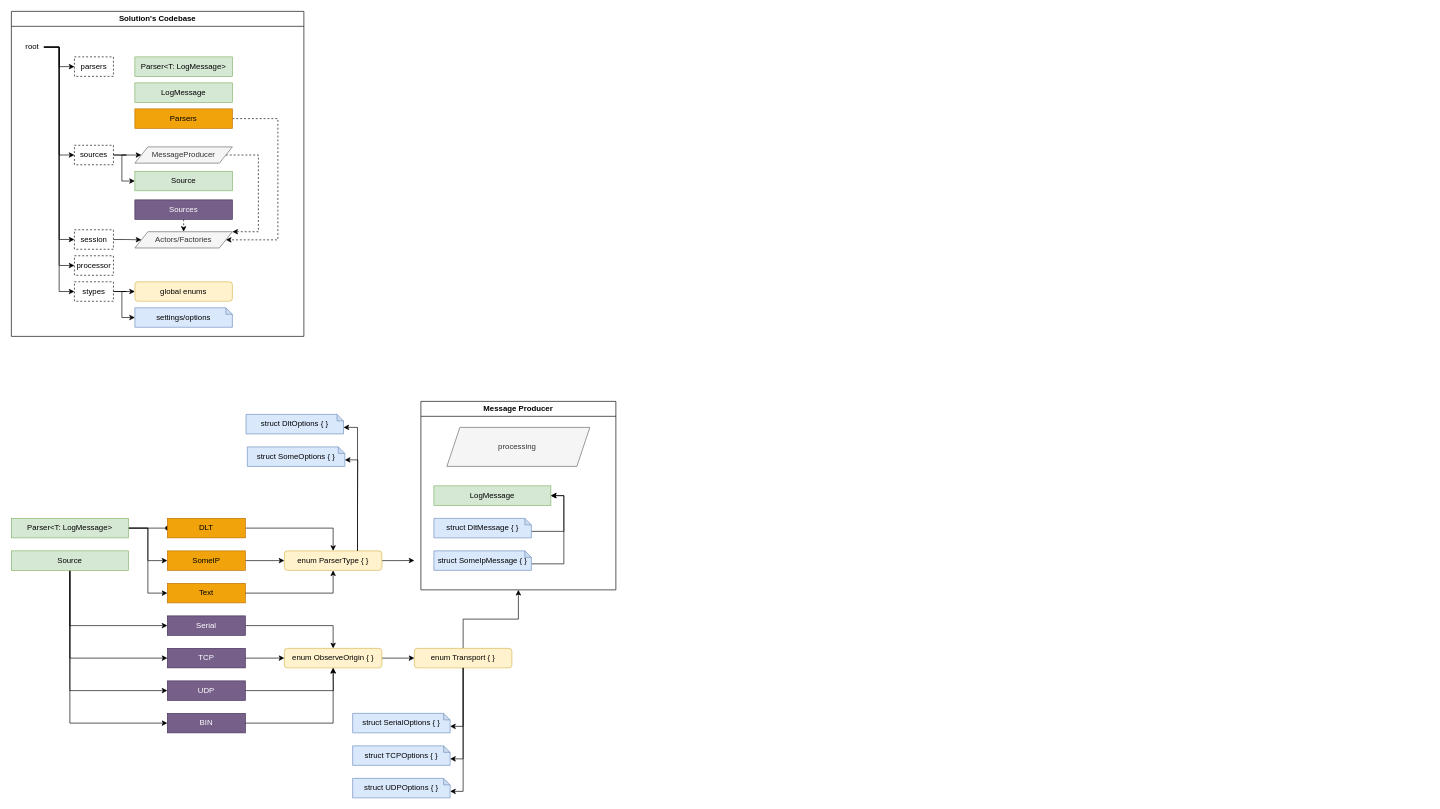
The draw.io diagram refactoring.drawio in DmitryAstafyev/chipmunk3_roadmap, before the edit. Source tidied: cells renumbered, new cells numbered last; positions are measured from the earlier drawing's top-left corner, leaving out a move shared by most shapes. Both pictures are drawn from the tidied source at 65%, with x=0, y=0 at pixel (11, 11).
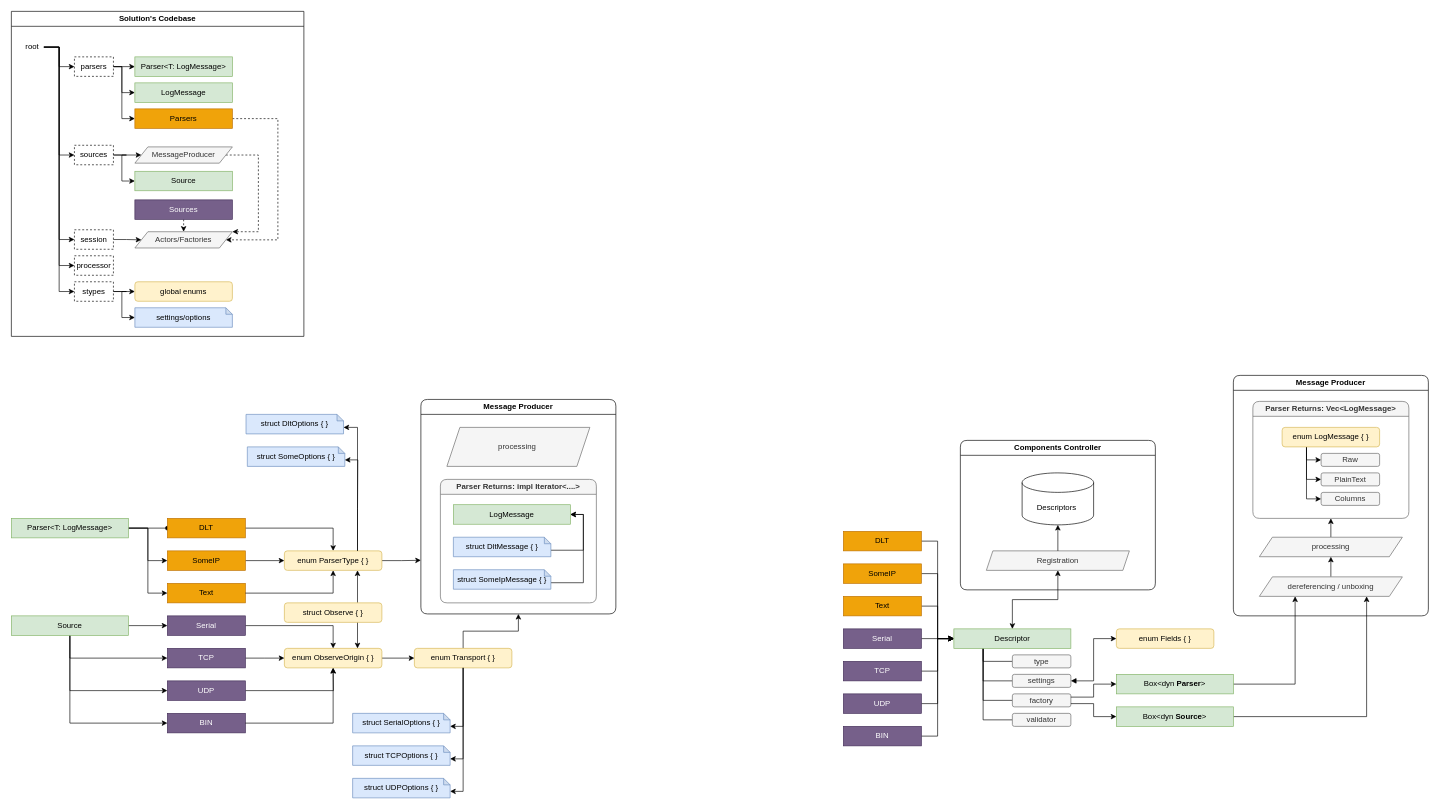
After the change.

Unchanged cells that the change refers to:
```xml
<mxCell id="17" value="Serial" style="rounded=0;whiteSpace=wrap;html=1;fillColor=#76608a;fontColor=#ffffff;strokeColor=#432D57;" parent="1" vertex="1">
  <mxGeometry x="240" y="930" width="120" height="30" as="geometry" />
</mxCell>
<mxCell id="23" value="enum ParserType { }" style="rounded=1;whiteSpace=wrap;html=1;fillColor=#fff2cc;strokeColor=#d6b656;" parent="1" vertex="1">
  <mxGeometry x="420" y="830" width="150" height="30" as="geometry" />
</mxCell>
<mxCell id="26" value="enum ObserveOrigin { }" style="rounded=1;whiteSpace=wrap;html=1;fillColor=#fff2cc;strokeColor=#d6b656;" parent="1" vertex="1">
  <mxGeometry x="420" y="980" width="150" height="30" as="geometry" />
</mxCell>
<mxCell id="48" value="Solution's Codebase" style="swimlane;whiteSpace=wrap;html=1;" parent="1" vertex="1">
  <mxGeometry width="450" height="500" as="geometry" />
</mxCell>
<mxCell id="49" value="parsers" style="text;html=1;align=center;verticalAlign=middle;whiteSpace=wrap;rounded=0;strokeColor=default;dashed=1;" parent="48" vertex="1">
  <mxGeometry x="97" y="70" width="60" height="30" as="geometry" />
</mxCell>
<mxCell id="52" value="Parser&amp;lt;T: LogMessage&amp;gt;" style="rounded=0;whiteSpace=wrap;html=1;fillColor=#d5e8d4;strokeColor=#82b366;" parent="48" vertex="1">
  <mxGeometry x="190" y="70" width="150" height="30" as="geometry" />
</mxCell>
<mxCell id="53" value="LogMessage" style="rounded=0;whiteSpace=wrap;html=1;fillColor=#d5e8d4;strokeColor=#82b366;" parent="48" vertex="1">
  <mxGeometry x="190" y="110" width="150" height="30" as="geometry" />
</mxCell>
<mxCell id="55" value="Parsers" style="rounded=0;whiteSpace=wrap;html=1;fillColor=#f0a30a;strokeColor=#BD7000;fontColor=#000000;" parent="48" vertex="1">
  <mxGeometry x="190" y="150" width="150" height="30" as="geometry" />
</mxCell>
```

Change to the diagram source:
```diff
@@
-    <mxCell id="6" style="edgeStyle=orthogonalEdgeStyle;rounded=0;jettySize=auto;html=1;exitX=0.5;exitY=1;exitDx=0;exitDy=0;entryX=0;entryY=0.5;entryDx=0;entryDy=0;" parent="1" edge="1" source="10" target="17">
-      <mxGeometry relative="1" as="geometry" />
-    </mxCell>
@@
+    <mxCell id="6" style="edgeStyle=orthogonalEdgeStyle;rounded=0;jettySize=auto;html=1;exitX=1;exitY=0.5;exitDx=0;exitDy=0;entryX=0;entryY=0.5;entryDx=0;entryDy=0;" parent="1" edge="1" source="10" target="17">
+      <mxGeometry relative="1" as="geometry" />
+    </mxCell>
     <mxCell id="10" value="Source" style="rounded=0;whiteSpace=wrap;html=1;fillColor=#d5e8d4;strokeColor=#82b366;" parent="1" vertex="1">
-      <mxGeometry y="830" width="180" height="30" as="geometry" />
+      <mxGeometry y="930" width="180" height="30" as="geometry" />
     </mxCell>
@@
-    <mxCell id="22" style="edgeStyle=orthogonalEdgeStyle;rounded=0;jettySize=auto;html=1;exitX=1;exitY=0.5;exitDx=0;exitDy=0;" parent="1" edge="1" source="23">
-      <mxGeometry relative="1" as="geometry">
-        <mxPoint x="620" y="844.8" as="targetPoint" />
-      </mxGeometry>
+    <mxCell id="22" style="edgeStyle=orthogonalEdgeStyle;rounded=0;jettySize=auto;html=1;exitX=1;exitY=0.5;exitDx=0;exitDy=0;entryX=0;entryY=0.75;entryDx=0;entryDy=0;" parent="1" edge="1" source="23" target="31">
+      <mxGeometry relative="1" as="geometry" />
     </mxCell>
@@
-    <mxCell id="31" value="Message Producer" style="swimlane;whiteSpace=wrap;html=1;" parent="1" vertex="1">
-      <mxGeometry x="630" y="600" width="300" height="290" as="geometry" />
+    <mxCell id="31" value="Message Producer" style="swimlane;whiteSpace=wrap;html=1;shadow=0;glass=0;rounded=1;" parent="1" vertex="1">
+      <mxGeometry x="630" y="597" width="300" height="330" as="geometry" />
     </mxCell>
     <mxCell id="32" value="processing&amp;nbsp;" style="shape=parallelogram;perimeter=parallelogramPerimeter;whiteSpace=wrap;html=1;fixedSize=1;fillColor=#f5f5f5;fontColor=#333333;strokeColor=#666666;" parent="31" vertex="1">
-      <mxGeometry x="40" y="40" width="220" height="60" as="geometry" />
+      <mxGeometry x="40" y="43" width="220" height="60" as="geometry" />
     </mxCell>
+    <mxCell id="77" value="Parser Returns: impl Iterator&amp;lt;....&amp;gt;" style="swimlane;whiteSpace=wrap;html=1;fillColor=#f5f5f5;fontColor=#333333;strokeColor=#666666;gradientColor=none;swimlaneFillColor=none;rounded=1;" parent="31" vertex="1">
+      <mxGeometry x="30" y="123" width="240" height="190" as="geometry" />
+    </mxCell>
-    <mxCell id="33" value="LogMessage" style="rounded=0;whiteSpace=wrap;html=1;fillColor=#d5e8d4;strokeColor=#82b366;" parent="31" vertex="1">
-      <mxGeometry x="20" y="130" width="180" height="30" as="geometry" />
+    <mxCell id="33" value="LogMessage" style="rounded=0;whiteSpace=wrap;html=1;fillColor=#d5e8d4;strokeColor=#82b366;" parent="77" vertex="1">
+      <mxGeometry x="20" y="39" width="180" height="30" as="geometry" />
     </mxCell>
-    <mxCell id="34" style="edgeStyle=orthogonalEdgeStyle;rounded=0;jettySize=auto;html=1;exitX=0;exitY=0;exitDx=150;exitDy=20;exitPerimeter=0;entryX=1;entryY=0.5;entryDx=0;entryDy=0;" parent="31" edge="1" source="35" target="33">
+    <mxCell id="34" style="edgeStyle=orthogonalEdgeStyle;rounded=0;jettySize=auto;html=1;exitX=0;exitY=0;exitDx=150;exitDy=20;exitPerimeter=0;entryX=1;entryY=0.5;entryDx=0;entryDy=0;" parent="77" edge="1" source="35" target="33">
       <mxGeometry relative="1" as="geometry" />
     </mxCell>
-    <mxCell id="35" value="struct DltMessage { }" style="shape=note;whiteSpace=wrap;html=1;backgroundOutline=1;darkOpacity=0.05;size=10;fillColor=#dae8fc;strokeColor=#6c8ebf;" parent="31" vertex="1">
-      <mxGeometry x="20" y="180" width="150" height="30" as="geometry" />
+    <mxCell id="35" value="struct DltMessage { }" style="shape=note;whiteSpace=wrap;html=1;backgroundOutline=1;darkOpacity=0.05;size=10;fillColor=#dae8fc;strokeColor=#6c8ebf;" parent="77" vertex="1">
+      <mxGeometry x="20" y="89" width="150" height="30" as="geometry" />
     </mxCell>
-    <mxCell id="36" style="edgeStyle=orthogonalEdgeStyle;rounded=0;jettySize=auto;html=1;exitX=0;exitY=0;exitDx=150;exitDy=20;exitPerimeter=0;entryX=1;entryY=0.5;entryDx=0;entryDy=0;" parent="31" edge="1" source="37" target="33">
+    <mxCell id="36" style="edgeStyle=orthogonalEdgeStyle;rounded=0;jettySize=auto;html=1;exitX=0;exitY=0;exitDx=150;exitDy=20;exitPerimeter=0;entryX=1;entryY=0.5;entryDx=0;entryDy=0;" parent="77" edge="1" source="37" target="33">
       <mxGeometry relative="1" as="geometry" />
     </mxCell>
-    <mxCell id="37" value="struct SomeIpMessage { }" style="shape=note;whiteSpace=wrap;html=1;backgroundOutline=1;darkOpacity=0.05;size=10;fillColor=#dae8fc;strokeColor=#6c8ebf;" parent="31" vertex="1">
-      <mxGeometry x="20" y="230" width="150" height="30" as="geometry" />
+    <mxCell id="37" value="struct SomeIpMessage { }" style="shape=note;whiteSpace=wrap;html=1;backgroundOutline=1;darkOpacity=0.05;size=10;fillColor=#dae8fc;strokeColor=#6c8ebf;" parent="77" vertex="1">
+      <mxGeometry x="20" y="139" width="150" height="30" as="geometry" />
     </mxCell>
@@
+    <mxCell id="78" style="edgeStyle=orthogonalEdgeStyle;rounded=0;jettySize=auto;html=1;exitX=1;exitY=0.5;exitDx=0;exitDy=0;entryX=0;entryY=0.5;entryDx=0;entryDy=0;" parent="48" edge="1" source="49" target="52">
+      <mxGeometry relative="1" as="geometry" />
+    </mxCell>
+    <mxCell id="79" style="edgeStyle=orthogonalEdgeStyle;rounded=0;jettySize=auto;html=1;exitX=1;exitY=0.5;exitDx=0;exitDy=0;entryX=0;entryY=0.5;entryDx=0;entryDy=0;" parent="48" edge="1" source="49" target="53">
+      <mxGeometry relative="1" as="geometry">
+        <Array as="points">
+          <mxPoint x="170" y="85" />
+          <mxPoint x="170" y="125" />
+        </Array>
+      </mxGeometry>
+    </mxCell>
+    <mxCell id="80" style="edgeStyle=orthogonalEdgeStyle;rounded=0;jettySize=auto;html=1;exitX=1;exitY=0.5;exitDx=0;exitDy=0;entryX=0;entryY=0.5;entryDx=0;entryDy=0;" parent="48" edge="1" source="49" target="55">
+      <mxGeometry relative="1" as="geometry">
+        <Array as="points">
+          <mxPoint x="170" y="85" />
+          <mxPoint x="170" y="165" />
+        </Array>
+      </mxGeometry>
+    </mxCell>
@@
+    <mxCell id="81" style="edgeStyle=orthogonalEdgeStyle;rounded=0;jettySize=auto;html=1;exitX=0.75;exitY=0;exitDx=0;exitDy=0;entryX=0.75;entryY=1;entryDx=0;entryDy=0;" parent="1" edge="1" source="83" target="23">
+      <mxGeometry relative="1" as="geometry" />
+    </mxCell>
+    <mxCell id="82" style="edgeStyle=orthogonalEdgeStyle;rounded=0;jettySize=auto;html=1;exitX=0.75;exitY=1;exitDx=0;exitDy=0;entryX=0.75;entryY=0;entryDx=0;entryDy=0;" parent="1" edge="1" source="83" target="26">
+      <mxGeometry relative="1" as="geometry" />
+    </mxCell>
+    <mxCell id="83" value="struct Observe { }" style="rounded=1;whiteSpace=wrap;html=1;fillColor=#fff2cc;strokeColor=#d6b656;" parent="1" vertex="1">
+      <mxGeometry x="420" y="910" width="150" height="30" as="geometry" />
+    </mxCell>
+    <mxCell id="84" value="Components Controller" style="swimlane;whiteSpace=wrap;html=1;shadow=0;glass=0;rounded=1;" parent="1" vertex="1">
+      <mxGeometry x="1460" y="660" width="300" height="230" as="geometry" />
+    </mxCell>
+    <mxCell id="85" value="Registration" style="shape=parallelogram;perimeter=parallelogramPerimeter;whiteSpace=wrap;html=1;fixedSize=1;fillColor=#f5f5f5;fontColor=#333333;strokeColor=#666666;size=10;" parent="84" vertex="1">
+      <mxGeometry x="40" y="170" width="220" height="30" as="geometry" />
+    </mxCell>
+    <mxCell id="86" value="Descriptors&amp;nbsp;" style="shape=cylinder3;whiteSpace=wrap;html=1;boundedLbl=1;backgroundOutline=1;size=15;" parent="84" vertex="1">
+      <mxGeometry x="95" y="50" width="110" height="80" as="geometry" />
+    </mxCell>
+    <mxCell id="87" style="edgeStyle=orthogonalEdgeStyle;rounded=0;jettySize=auto;html=1;exitX=0.5;exitY=0;exitDx=0;exitDy=0;entryX=0.5;entryY=1;entryDx=0;entryDy=0;entryPerimeter=0;" parent="84" edge="1" source="85" target="86">
+      <mxGeometry relative="1" as="geometry" />
+    </mxCell>
+    <mxCell id="88" style="edgeStyle=orthogonalEdgeStyle;rounded=0;jettySize=auto;html=1;exitX=1;exitY=0.5;exitDx=0;exitDy=0;entryX=0;entryY=0.5;entryDx=0;entryDy=0;" parent="1" edge="1" source="89" target="107">
+      <mxGeometry relative="1" as="geometry" />
+    </mxCell>
+    <mxCell id="89" value="DLT" style="rounded=0;whiteSpace=wrap;html=1;fillColor=#f0a30a;strokeColor=#BD7000;fontColor=#000000;" parent="1" vertex="1">
+      <mxGeometry x="1280" y="800" width="120" height="30" as="geometry" />
+    </mxCell>
+    <mxCell id="90" style="edgeStyle=orthogonalEdgeStyle;rounded=0;jettySize=auto;html=1;exitX=1;exitY=0.5;exitDx=0;exitDy=0;entryX=0;entryY=0.5;entryDx=0;entryDy=0;" parent="1" edge="1" source="91" target="107">
+      <mxGeometry relative="1" as="geometry" />
+    </mxCell>
+    <mxCell id="91" value="SomeIP" style="rounded=0;whiteSpace=wrap;html=1;fillColor=#f0a30a;strokeColor=#BD7000;fontColor=#000000;" parent="1" vertex="1">
+      <mxGeometry x="1280" y="850" width="120" height="30" as="geometry" />
+    </mxCell>
+    <mxCell id="92" style="edgeStyle=orthogonalEdgeStyle;rounded=0;jettySize=auto;html=1;exitX=1;exitY=0.5;exitDx=0;exitDy=0;entryX=0;entryY=0.5;entryDx=0;entryDy=0;" parent="1" edge="1" source="93" target="107">
+      <mxGeometry relative="1" as="geometry" />
+    </mxCell>
+    <mxCell id="93" value="Text" style="rounded=0;whiteSpace=wrap;html=1;fillColor=#f0a30a;strokeColor=#BD7000;fontColor=#000000;" parent="1" vertex="1">
+      <mxGeometry x="1280" y="900" width="120" height="30" as="geometry" />
+    </mxCell>
+    <mxCell id="94" style="edgeStyle=orthogonalEdgeStyle;rounded=0;jettySize=auto;html=1;exitX=1;exitY=0.5;exitDx=0;exitDy=0;entryX=0;entryY=0.5;entryDx=0;entryDy=0;" parent="1" edge="1" source="95" target="107">
+      <mxGeometry relative="1" as="geometry" />
+    </mxCell>
+    <mxCell id="95" value="Serial" style="rounded=0;whiteSpace=wrap;html=1;fillColor=#76608a;fontColor=#ffffff;strokeColor=#432D57;" parent="1" vertex="1">
+      <mxGeometry x="1280" y="950" width="120" height="30" as="geometry" />
+    </mxCell>
+    <mxCell id="96" style="edgeStyle=orthogonalEdgeStyle;rounded=0;jettySize=auto;html=1;exitX=1;exitY=0.5;exitDx=0;exitDy=0;entryX=0;entryY=0.5;entryDx=0;entryDy=0;" parent="1" edge="1" source="97" target="107">
+      <mxGeometry relative="1" as="geometry" />
+    </mxCell>
+    <mxCell id="97" value="TCP" style="rounded=0;whiteSpace=wrap;html=1;fillColor=#76608a;fontColor=#ffffff;strokeColor=#432D57;" parent="1" vertex="1">
+      <mxGeometry x="1280" y="1000" width="120" height="30" as="geometry" />
+    </mxCell>
+    <mxCell id="98" style="edgeStyle=orthogonalEdgeStyle;rounded=0;jettySize=auto;html=1;exitX=1;exitY=0.5;exitDx=0;exitDy=0;entryX=0;entryY=0.5;entryDx=0;entryDy=0;" parent="1" edge="1" source="99" target="107">
+      <mxGeometry relative="1" as="geometry" />
+    </mxCell>
+    <mxCell id="99" value="UDP" style="rounded=0;whiteSpace=wrap;html=1;fillColor=#76608a;fontColor=#ffffff;strokeColor=#432D57;" parent="1" vertex="1">
+      <mxGeometry x="1280" y="1050" width="120" height="30" as="geometry" />
+    </mxCell>
+    <mxCell id="100" style="edgeStyle=orthogonalEdgeStyle;rounded=0;jettySize=auto;html=1;exitX=1;exitY=0.5;exitDx=0;exitDy=0;entryX=0;entryY=0.5;entryDx=0;entryDy=0;" parent="1" edge="1" source="101" target="107">
+      <mxGeometry relative="1" as="geometry" />
+    </mxCell>
+    <mxCell id="101" value="BIN" style="rounded=0;whiteSpace=wrap;html=1;fillColor=#76608a;fontColor=#ffffff;strokeColor=#432D57;" parent="1" vertex="1">
+      <mxGeometry x="1280" y="1100" width="120" height="30" as="geometry" />
+    </mxCell>
+    <mxCell id="102" style="group;" parent="1" vertex="1">
+      <mxGeometry x="1450" y="950" width="180" height="150" as="geometry" />
+    </mxCell>
+    <mxCell id="103" style="edgeStyle=orthogonalEdgeStyle;rounded=0;jettySize=auto;html=1;exitX=0.25;exitY=1;exitDx=0;exitDy=0;entryX=0;entryY=0.5;entryDx=0;entryDy=0;endArrow=none;startFill=0;" parent="102" edge="1" source="107" target="108">
+      <mxGeometry relative="1" as="geometry" />
+    </mxCell>
+    <mxCell id="104" style="edgeStyle=orthogonalEdgeStyle;rounded=0;jettySize=auto;html=1;exitX=0.25;exitY=1;exitDx=0;exitDy=0;entryX=0;entryY=0.5;entryDx=0;entryDy=0;endArrow=none;startFill=0;" parent="102" edge="1" source="107" target="109">
+      <mxGeometry relative="1" as="geometry" />
+    </mxCell>
+    <mxCell id="105" style="edgeStyle=orthogonalEdgeStyle;rounded=0;jettySize=auto;html=1;exitX=0.25;exitY=1;exitDx=0;exitDy=0;entryX=0;entryY=0.5;entryDx=0;entryDy=0;endArrow=none;startFill=0;" parent="102" edge="1" source="107" target="110">
+      <mxGeometry relative="1" as="geometry" />
+    </mxCell>
+    <mxCell id="106" style="edgeStyle=orthogonalEdgeStyle;rounded=0;jettySize=auto;html=1;exitX=0.25;exitY=1;exitDx=0;exitDy=0;entryX=0;entryY=0.5;entryDx=0;entryDy=0;endArrow=none;startFill=0;" parent="102" edge="1" source="107" target="111">
+      <mxGeometry relative="1" as="geometry" />
+    </mxCell>
+    <mxCell id="107" value="Descriptor" style="rounded=0;whiteSpace=wrap;html=1;fillColor=#d5e8d4;strokeColor=#82b366;" parent="102" vertex="1">
+      <mxGeometry width="180" height="30" as="geometry" />
+    </mxCell>
+    <mxCell id="108" value="type" style="rounded=1;whiteSpace=wrap;html=1;fillColor=#f5f5f5;fontColor=#333333;strokeColor=#666666;" parent="102" vertex="1">
+      <mxGeometry x="90" y="40" width="90" height="20" as="geometry" />
+    </mxCell>
+    <mxCell id="109" value="settings" style="rounded=1;whiteSpace=wrap;html=1;fillColor=#f5f5f5;fontColor=#333333;strokeColor=#666666;" parent="102" vertex="1">
+      <mxGeometry x="90" y="70" width="90" height="20" as="geometry" />
+    </mxCell>
+    <mxCell id="110" value="factory" style="rounded=1;whiteSpace=wrap;html=1;fillColor=#f5f5f5;fontColor=#333333;strokeColor=#666666;" parent="102" vertex="1">
+      <mxGeometry x="90" y="100" width="90" height="20" as="geometry" />
+    </mxCell>
+    <mxCell id="111" value="validator" style="rounded=1;whiteSpace=wrap;html=1;fillColor=#f5f5f5;fontColor=#333333;strokeColor=#666666;" parent="102" vertex="1">
+      <mxGeometry x="90" y="130" width="90" height="20" as="geometry" />
+    </mxCell>
+    <mxCell id="112" style="edgeStyle=orthogonalEdgeStyle;rounded=0;jettySize=auto;html=1;exitX=0.5;exitY=0;exitDx=0;exitDy=0;entryX=0.5;entryY=1;entryDx=0;entryDy=0;startArrow=classic;startFill=1;" parent="1" edge="1" source="107" target="85">
+      <mxGeometry relative="1" as="geometry" />
+    </mxCell>
+    <mxCell id="113" style="edgeStyle=orthogonalEdgeStyle;rounded=0;jettySize=auto;html=1;exitX=1;exitY=0.5;exitDx=0;exitDy=0;entryX=0.25;entryY=1;entryDx=0;entryDy=0;" parent="1" edge="1" source="114" target="121">
+      <mxGeometry relative="1" as="geometry" />
+    </mxCell>
+    <mxCell id="114" value="Box&amp;lt;dyn &lt;b&gt;Parser&lt;/b&gt;&amp;gt;" style="rounded=0;whiteSpace=wrap;html=1;fillColor=#d5e8d4;strokeColor=#82b366;" parent="1" vertex="1">
+      <mxGeometry x="1700" y="1020" width="180" height="30" as="geometry" />
+    </mxCell>
+    <mxCell id="115" style="edgeStyle=orthogonalEdgeStyle;rounded=0;jettySize=auto;html=1;exitX=1;exitY=0.5;exitDx=0;exitDy=0;entryX=0.75;entryY=1;entryDx=0;entryDy=0;" parent="1" edge="1" source="116" target="121">
+      <mxGeometry relative="1" as="geometry" />
+    </mxCell>
+    <mxCell id="116" value="Box&amp;lt;dyn &lt;b&gt;Source&lt;/b&gt;&amp;gt;" style="rounded=0;whiteSpace=wrap;html=1;fillColor=#d5e8d4;strokeColor=#82b366;" parent="1" vertex="1">
+      <mxGeometry x="1700" y="1070" width="180" height="30" as="geometry" />
+    </mxCell>
+    <mxCell id="117" style="edgeStyle=orthogonalEdgeStyle;rounded=0;jettySize=auto;html=1;exitX=1;exitY=0.25;exitDx=0;exitDy=0;entryX=0;entryY=0.5;entryDx=0;entryDy=0;" parent="1" edge="1" source="110" target="114">
+      <mxGeometry relative="1" as="geometry" />
+    </mxCell>
+    <mxCell id="118" style="edgeStyle=orthogonalEdgeStyle;rounded=0;jettySize=auto;html=1;exitX=1;exitY=0.75;exitDx=0;exitDy=0;entryX=0;entryY=0.5;entryDx=0;entryDy=0;" parent="1" edge="1" source="110" target="116">
+      <mxGeometry relative="1" as="geometry" />
+    </mxCell>
+    <mxCell id="119" value="Message Producer" style="swimlane;whiteSpace=wrap;html=1;shadow=0;glass=0;rounded=1;" parent="1" vertex="1">
+      <mxGeometry x="1880" y="560" width="300" height="370" as="geometry" />
+    </mxCell>
+    <mxCell id="120" style="edgeStyle=orthogonalEdgeStyle;rounded=0;jettySize=auto;html=1;exitX=0.5;exitY=0;exitDx=0;exitDy=0;entryX=0.5;entryY=1;entryDx=0;entryDy=0;" parent="119" edge="1" source="121" target="131">
+      <mxGeometry relative="1" as="geometry" />
+    </mxCell>
+    <mxCell id="121" value="dereferencing / unboxing" style="shape=parallelogram;perimeter=parallelogramPerimeter;whiteSpace=wrap;html=1;fixedSize=1;fillColor=#f5f5f5;fontColor=#333333;strokeColor=#666666;" parent="119" vertex="1">
+      <mxGeometry x="40" y="310" width="220" height="30" as="geometry" />
+    </mxCell>
+    <mxCell id="122" value="Parser Returns: Vec&amp;lt;LogMessage&amp;gt;" style="swimlane;whiteSpace=wrap;html=1;fillColor=#f5f5f5;fontColor=#333333;strokeColor=#666666;gradientColor=none;swimlaneFillColor=none;rounded=1;" parent="119" vertex="1">
+      <mxGeometry x="30" y="40" width="240" height="180" as="geometry" />
+    </mxCell>
+    <mxCell id="123" style="edgeStyle=orthogonalEdgeStyle;rounded=0;jettySize=auto;html=1;exitX=0.25;exitY=1;exitDx=0;exitDy=0;entryX=0;entryY=0.5;entryDx=0;entryDy=0;" parent="122" edge="1" source="126" target="127">
+      <mxGeometry relative="1" as="geometry">
+        <Array as="points">
+          <mxPoint x="83" y="90" />
+        </Array>
+      </mxGeometry>
+    </mxCell>
+    <mxCell id="124" style="edgeStyle=orthogonalEdgeStyle;rounded=0;jettySize=auto;html=1;exitX=0.25;exitY=1;exitDx=0;exitDy=0;entryX=0;entryY=0.5;entryDx=0;entryDy=0;" parent="122" edge="1" source="126" target="128">
+      <mxGeometry relative="1" as="geometry" />
+    </mxCell>
+    <mxCell id="125" style="edgeStyle=orthogonalEdgeStyle;rounded=0;jettySize=auto;html=1;exitX=0.25;exitY=1;exitDx=0;exitDy=0;entryX=0;entryY=0.5;entryDx=0;entryDy=0;" parent="122" edge="1" source="126" target="129">
+      <mxGeometry relative="1" as="geometry" />
+    </mxCell>
+    <mxCell id="126" value="enum LogMessage { }" style="rounded=1;whiteSpace=wrap;html=1;fillColor=#fff2cc;strokeColor=#d6b656;" parent="122" vertex="1">
+      <mxGeometry x="45" y="40" width="150" height="30" as="geometry" />
+    </mxCell>
+    <mxCell id="127" value="Raw" style="rounded=1;whiteSpace=wrap;html=1;fillColor=#f5f5f5;fontColor=#333333;strokeColor=#666666;" parent="122" vertex="1">
+      <mxGeometry x="105" y="80" width="90" height="20" as="geometry" />
+    </mxCell>
+    <mxCell id="128" value="PlainText" style="rounded=1;whiteSpace=wrap;html=1;fillColor=#f5f5f5;fontColor=#333333;strokeColor=#666666;" parent="122" vertex="1">
+      <mxGeometry x="105" y="110" width="90" height="20" as="geometry" />
+    </mxCell>
+    <mxCell id="129" value="Columns" style="rounded=1;whiteSpace=wrap;html=1;fillColor=#f5f5f5;fontColor=#333333;strokeColor=#666666;" parent="122" vertex="1">
+      <mxGeometry x="105" y="140" width="90" height="20" as="geometry" />
+    </mxCell>
+    <mxCell id="130" style="edgeStyle=orthogonalEdgeStyle;rounded=0;jettySize=auto;html=1;exitX=0.5;exitY=0;exitDx=0;exitDy=0;entryX=0.5;entryY=1;entryDx=0;entryDy=0;" parent="119" edge="1" source="131" target="122">
+      <mxGeometry relative="1" as="geometry" />
+    </mxCell>
+    <mxCell id="131" value="processing" style="shape=parallelogram;perimeter=parallelogramPerimeter;whiteSpace=wrap;html=1;fixedSize=1;fillColor=#f5f5f5;fontColor=#333333;strokeColor=#666666;" parent="119" vertex="1">
+      <mxGeometry x="40" y="249" width="220" height="30" as="geometry" />
+    </mxCell>
+    <mxCell id="132" value="enum Fields { }" style="rounded=1;whiteSpace=wrap;html=1;fillColor=#fff2cc;strokeColor=#d6b656;" parent="1" vertex="1">
+      <mxGeometry x="1700" y="950" width="150" height="30" as="geometry" />
+    </mxCell>
+    <mxCell id="133" style="edgeStyle=orthogonalEdgeStyle;rounded=0;jettySize=auto;html=1;exitX=1;exitY=0.5;exitDx=0;exitDy=0;entryX=0;entryY=0.5;entryDx=0;entryDy=0;startArrow=block;startFill=1;" parent="1" edge="1" source="109" target="132">
+      <mxGeometry relative="1" as="geometry" />
+    </mxCell>
```
